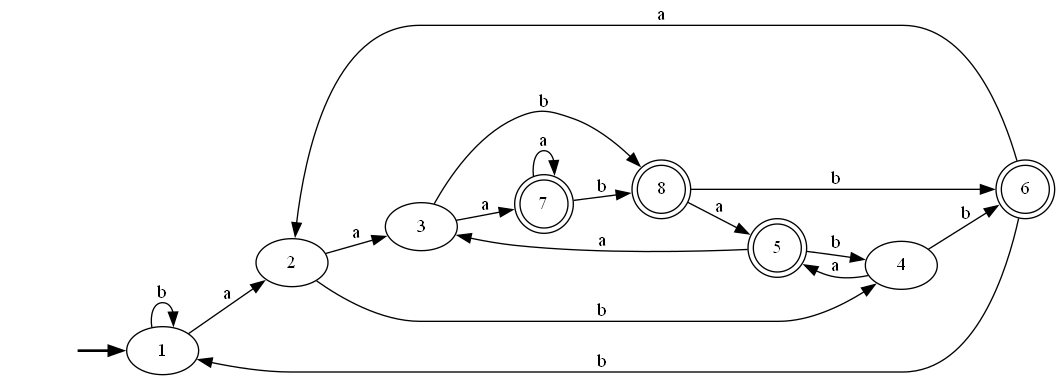
Earlier version of the Graphviz export Pre-laboratorio B/AFD_DIRECT#5PreLabB.gv.png (bar20807/CompiladorProyect). Its source is kept beside it as Pre-laboratorio B/AFD_DIRECT#5PreLabB.gv. Its diagram source:
```dot
digraph "AFD_DIRECT#5PreLabB" {
	graph [rankdir=LR]
	fake [style=invisible]
	fake -> 1 [style=bold]
	1 [root=true]
	2
	1 -> 2 [label=a]
	1 -> 1 [label=b]
	2
	3
	2 -> 3 [label=a]
	4
	2 -> 4 [label=b]
	3
	7 [shape=doublecircle]
	3 -> 7 [label=a]
	8 [shape=doublecircle]
	3 -> 8 [label=b]
	4
	5 [shape=doublecircle]
	4 -> 5 [label=a]
	6 [shape=doublecircle]
	4 -> 6 [label=b]
	7 [shape=doublecircle]
	7 -> 7 [label=a]
	7 -> 8 [label=b]
	8 [shape=doublecircle]
	8 -> 5 [label=a]
	8 -> 6 [label=b]
	5 [shape=doublecircle]
	5 -> 3 [label=a]
	5 -> 4 [label=b]
	6 [shape=doublecircle]
	6 -> 2 [label=a]
	6 -> 1 [label=b]
}
```
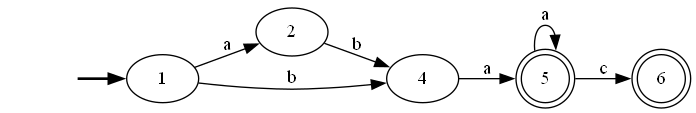
After the commit.

Diff of the diagram source:
```diff
@@ -5,32 +5,16 @@
 	1 [root=true]
 	2
 	1 -> 2 [label=a]
-	1 -> 1 [label=b]
+	4
+	1 -> 4 [label=b]
 	2
-	3
-	2 -> 3 [label=a]
-	4
 	2 -> 4 [label=b]
-	3
-	7 [shape=doublecircle]
-	3 -> 7 [label=a]
-	8 [shape=doublecircle]
-	3 -> 8 [label=b]
 	4
 	5 [shape=doublecircle]
 	4 -> 5 [label=a]
+	5 [shape=doublecircle]
+	5 -> 5 [label=a]
 	6 [shape=doublecircle]
-	4 -> 6 [label=b]
-	7 [shape=doublecircle]
-	7 -> 7 [label=a]
-	7 -> 8 [label=b]
-	8 [shape=doublecircle]
-	8 -> 5 [label=a]
-	8 -> 6 [label=b]
-	5 [shape=doublecircle]
-	5 -> 3 [label=a]
-	5 -> 4 [label=b]
+	5 -> 6 [label=c]
 	6 [shape=doublecircle]
-	6 -> 2 [label=a]
-	6 -> 1 [label=b]
 }
```
